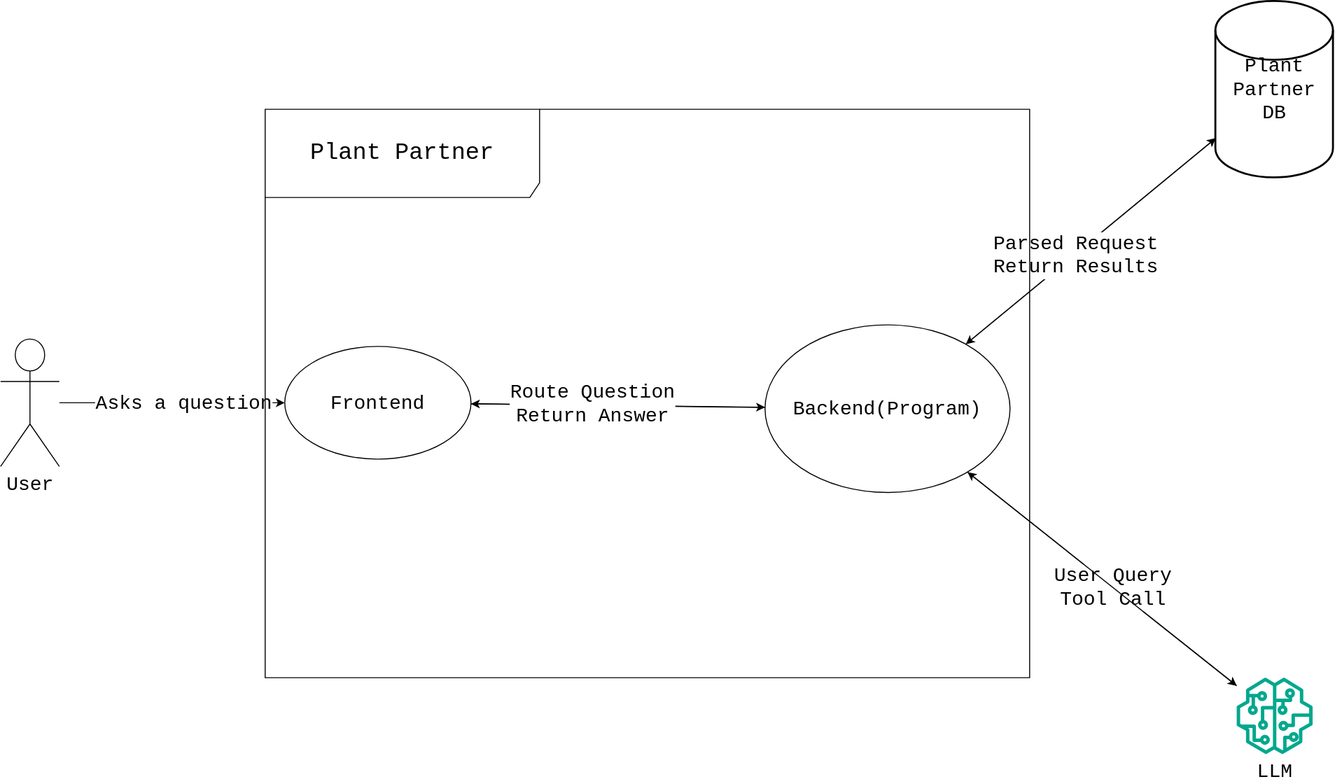
The draw.io diagram docs/UML/UC-001/UC-001_RAG.drawio.svg in actellim/plant-partner, before a commit. Source tidied: cells renumbered, new cells last; positions are measured from the earlier drawing's top-left corner, leaving out a move shared by most shapes.
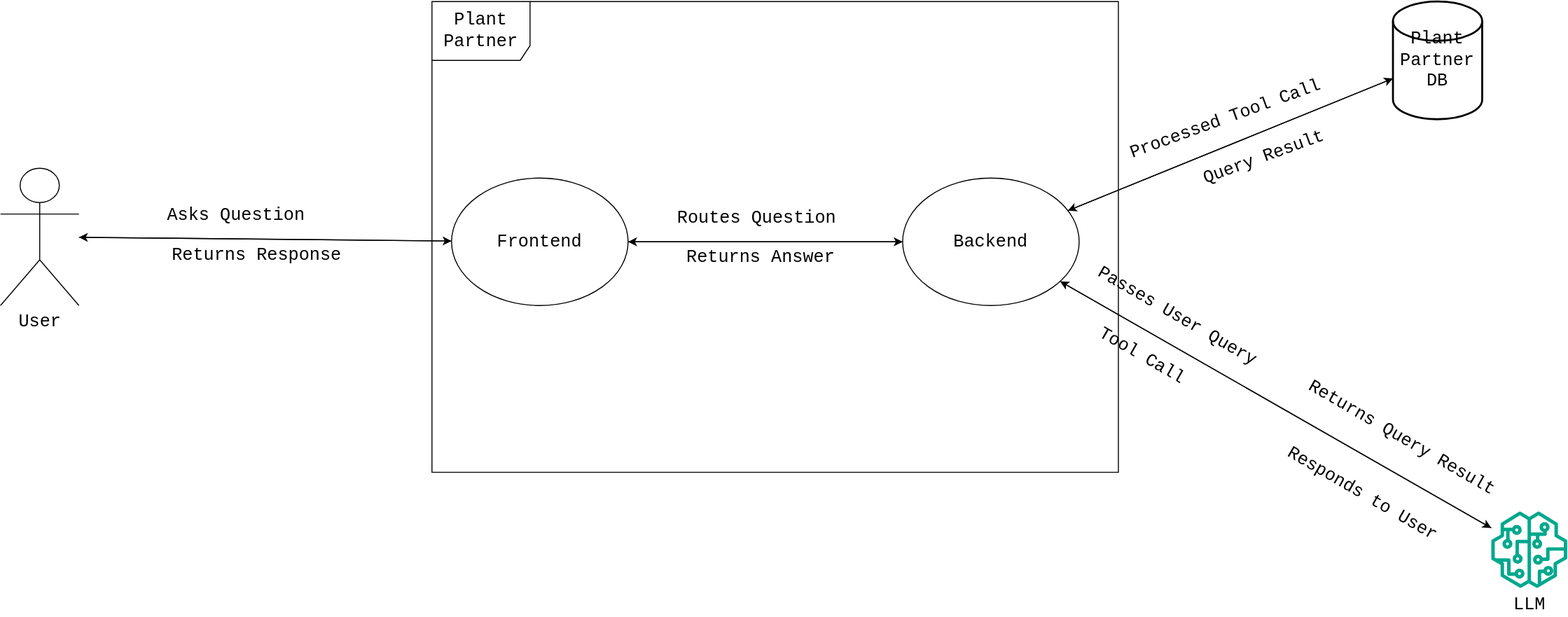
The same file after the commit.

Diff of the diagram source:
```diff
@@ -2,64 +2,97 @@
   <root>
     <mxCell id="0" />
     <mxCell id="1" parent="0" />
-    <mxCell id="2" style="edgeStyle=none;rounded=0;jettySize=auto;html=1;" parent="1" edge="1" source="3" target="11">
-      <mxGeometry relative="1" as="geometry" />
-    </mxCell>
+    <mxCell id="12" style="rounded=0;jettySize=auto;html=1;fontFamily=Courier New;fontSize=18;" parent="1" edge="1" source="14" target="17">
+      <mxGeometry relative="1" as="geometry" />
+    </mxCell>
+    <mxCell id="14" value="User" style="shape=umlActor;verticalLabelPosition=bottom;verticalAlign=top;html=1;outlineConnect=0;fontFamily=Courier New;fontSize=18;" parent="1" vertex="1">
+      <mxGeometry x="150" y="600" width="80" height="140" as="geometry" />
+    </mxCell>
+    <mxCell id="19" style="rounded=0;jettySize=auto;html=1;exitX=1;exitY=0.5;exitDx=0;exitDy=0;entryX=0;entryY=0.5;entryDx=0;entryDy=0;fontFamily=Courier New;fontSize=18;" parent="1" edge="1" source="17" target="28">
+      <mxGeometry relative="1" as="geometry" />
+    </mxCell>
+    <mxCell id="20" style="rounded=0;jettySize=auto;html=1;fontFamily=Courier New;fontSize=18;" parent="1" edge="1" source="17" target="14">
+      <mxGeometry relative="1" as="geometry" />
+    </mxCell>
+    <mxCell id="21" value="Asks Question" style="edgeLabel;html=1;align=center;verticalAlign=middle;fontFamily=Courier New;fontSize=18;" parent="20" vertex="1">
+      <mxGeometry x="0.26" y="3" relative="1" as="geometry">
+        <mxPoint x="19" y="-28" as="offset" />
+      </mxGeometry>
+    </mxCell>
+    <mxCell id="22" value="Returns Response" style="edgeLabel;html=1;align=center;verticalAlign=middle;fontFamily=Courier New;fontSize=18;" parent="20" vertex="1">
+      <mxGeometry x="-0.56" y="3" relative="1" as="geometry">
+        <mxPoint x="-117" y="12" as="offset" />
+      </mxGeometry>
+    </mxCell>
+    <mxCell id="17" value="Frontend" style="ellipse;whiteSpace=wrap;html=1;fontFamily=Courier New;fontSize=18;" parent="1" vertex="1">
+      <mxGeometry x="610" y="610" width="180" height="130" as="geometry" />
+    </mxCell>
+    <mxCell id="23" style="rounded=0;jettySize=auto;html=1;fontFamily=Courier New;fontSize=18;" parent="1" edge="1" source="28" target="3">
+      <mxGeometry relative="1" as="geometry" />
+    </mxCell>
+    <mxCell id="24" style="rounded=0;jettySize=auto;html=1;fontFamily=Courier New;fontSize=18;" parent="1" edge="1" source="28" target="6">
+      <mxGeometry relative="1" as="geometry" />
+    </mxCell>
+    <mxCell id="25" style="rounded=0;jettySize=auto;html=1;fontFamily=Courier New;fontSize=18;" parent="1" edge="1" source="28" target="17">
+      <mxGeometry relative="1" as="geometry" />
+    </mxCell>
+    <mxCell id="26" value="Routes Question" style="edgeLabel;html=1;align=center;verticalAlign=middle;fontFamily=Courier New;fontSize=18;" parent="25" vertex="1">
+      <mxGeometry x="0.07" y="1" relative="1" as="geometry">
+        <mxPoint y="-26" as="offset" />
+      </mxGeometry>
+    </mxCell>
+    <mxCell id="27" value="Returns Answer" style="edgeLabel;html=1;align=center;verticalAlign=middle;fontFamily=Courier New;fontSize=18;" parent="25" vertex="1">
+      <mxGeometry x="-0.07" relative="1" as="geometry">
+        <mxPoint x="-16" y="15" as="offset" />
+      </mxGeometry>
+    </mxCell>
+    <mxCell id="28" value="Backend" style="ellipse;whiteSpace=wrap;html=1;fontFamily=Courier New;fontSize=18;" parent="1" vertex="1">
+      <mxGeometry x="1070" y="610" width="180" height="130" as="geometry" />
+    </mxCell>
+    <mxCell id="29" style="rounded=0;jettySize=auto;html=1;fontFamily=Courier New;fontSize=18;" parent="1" edge="1" source="6" target="28">
+      <mxGeometry relative="1" as="geometry" />
+    </mxCell>
+    <mxCell id="30" value="Passes User Query" style="edgeLabel;html=1;align=center;verticalAlign=middle;rotation=30;fontFamily=Courier New;fontSize=18;" parent="29" vertex="1">
+      <mxGeometry x="0.05" y="-1" relative="1" as="geometry">
+        <mxPoint x="-90" y="-84" as="offset" />
+      </mxGeometry>
+    </mxCell>
+    <mxCell id="31" value="Tool Call" style="edgeLabel;html=1;align=center;verticalAlign=middle;rotation=30;fontFamily=Courier New;fontSize=18;" parent="29" vertex="1">
+      <mxGeometry x="-0.12" y="1" relative="1" as="geometry">
+        <mxPoint x="-163" y="-67" as="offset" />
+      </mxGeometry>
+    </mxCell>
+    <mxCell id="32" value="Returns Query Result" style="edgeLabel;html=1;align=center;verticalAlign=middle;rotation=30;fontFamily=Courier New;fontSize=18;" parent="29" vertex="1">
+      <mxGeometry x="-0.41" y="4" relative="1" as="geometry">
+        <mxPoint x="41" y="-22" as="offset" />
+      </mxGeometry>
+    </mxCell>
+    <mxCell id="33" value="Responds to User" style="edgeLabel;html=1;align=center;verticalAlign=middle;rotation=30;fontFamily=Courier New;fontSize=18;" parent="29" vertex="1">
+      <mxGeometry x="-0.48" y="-1" relative="1" as="geometry">
+        <mxPoint x="-18" y="30" as="offset" />
+      </mxGeometry>
+    </mxCell>
+    <mxCell id="6" value="LLM" style="sketch=0;outlineConnect=0;fontColor=default;gradientColor=none;fillColor=#01A88D;strokeColor=none;dashed=0;verticalLabelPosition=bottom;verticalAlign=top;align=center;html=1;fontSize=18;fontStyle=0;shape=mxgraph.aws4.sagemaker_model;fontFamily=Courier New;" parent="1" vertex="1">
+      <mxGeometry x="1670" y="950" width="78" height="78" as="geometry" />
+    </mxCell>
+    <mxCell id="34" style="rounded=0;jettySize=auto;html=1;fontFamily=Courier New;fontSize=18;" parent="1" edge="1" source="3" target="28">
+      <mxGeometry relative="1" as="geometry" />
+    </mxCell>
+    <mxCell id="35" value="Processed Tool Call" style="edgeLabel;html=1;align=center;verticalAlign=middle;rotation=-20;fontFamily=Courier New;fontSize=18;" parent="34" vertex="1">
+      <mxGeometry x="-0.14" y="-2" relative="1" as="geometry">
+        <mxPoint x="-28" y="-15" as="offset" />
+      </mxGeometry>
+    </mxCell>
+    <mxCell id="36" value="Query Result" style="edgeLabel;html=1;align=center;verticalAlign=middle;rotation=-20;fontFamily=Courier New;fontSize=18;" parent="34" vertex="1">
+      <mxGeometry x="-0.17" relative="1" as="geometry">
+        <mxPoint x="5" y="24" as="offset" />
+      </mxGeometry>
+    </mxCell>
-    <mxCell id="3" value="Plant Partner DB" style="strokeWidth=2;html=1;shape=mxgraph.flowchart.database;whiteSpace=wrap;fontFamily=Courier New;fontSize=20;" parent="1" vertex="1">
-      <mxGeometry x="1240" width="120" height="180" as="geometry" />
+    <mxCell id="3" value="Plant Partner DB" style="strokeWidth=2;html=1;shape=mxgraph.flowchart.database;whiteSpace=wrap;fontFamily=Courier New;fontSize=18;" parent="1" vertex="1">
+      <mxGeometry x="1570" y="430" width="91" height="120" as="geometry" />
     </mxCell>
-    <mxCell id="4" style="rounded=0;jettySize=auto;html=1;fontFamily=Courier New;fontSize=20;" parent="1" edge="1" source="6" target="11">
-      <mxGeometry relative="1" as="geometry" />
-    </mxCell>
-    <mxCell id="5" value="&lt;div&gt;User Query&lt;/div&gt;Tool Call" style="edgeLabel;html=1;align=center;verticalAlign=middle;fontFamily=Courier New;fontSize=20;" parent="4" vertex="1">
-      <mxGeometry x="-0.07" y="-1" relative="1" as="geometry">
-        <mxPoint y="1" as="offset" />
-      </mxGeometry>
-    </mxCell>
-    <mxCell id="6" value="LLM" style="sketch=0;outlineConnect=0;fontColor=default;gradientColor=none;fillColor=#01A88D;strokeColor=none;dashed=0;verticalLabelPosition=bottom;verticalAlign=top;align=center;html=1;fontSize=20;fontStyle=0;shape=mxgraph.aws4.sagemaker_model;fontFamily=Courier New;" parent="1" vertex="1">
-      <mxGeometry x="1261" y="690" width="78" height="78" as="geometry" />
-    </mxCell>
-    <mxCell id="7" style="rounded=0;jettySize=auto;html=1;fontFamily=Courier New;fontSize=20;" parent="1" edge="1" source="11" target="3">
-      <mxGeometry relative="1" as="geometry" />
-    </mxCell>
-    <mxCell id="8" value="Parsed Request&lt;div&gt;Return Results&lt;/div&gt;" style="edgeLabel;html=1;align=center;verticalAlign=middle;fontFamily=Courier New;fontSize=20;" parent="7" vertex="1">
-      <mxGeometry x="-0.12" relative="1" as="geometry">
-        <mxPoint y="1" as="offset" />
-      </mxGeometry>
-    </mxCell>
-    <mxCell id="9" style="edgeStyle=none;rounded=0;jettySize=auto;html=1;" parent="1" edge="1" source="11" target="6">
-      <mxGeometry relative="1" as="geometry" />
-    </mxCell>
-    <mxCell id="10" style="edgeStyle=none;rounded=0;jettySize=auto;html=1;" parent="1" edge="1" source="11" target="17">
-      <mxGeometry relative="1" as="geometry" />
-    </mxCell>
-    <mxCell id="11" value="Backend(Program)" style="ellipse;whiteSpace=wrap;html=1;fontFamily=Courier New;fontSize=20;" parent="1" vertex="1">
-      <mxGeometry x="780" y="330" width="250" height="171" as="geometry" />
-    </mxCell>
-    <mxCell id="12" style="edgeStyle=none;rounded=0;jettySize=auto;html=1;fontFamily=Courier New;fontSize=20;" parent="1" edge="1" source="14" target="17">
-      <mxGeometry relative="1" as="geometry" />
-    </mxCell>
-    <mxCell id="13" value="Asks a question" style="edgeLabel;html=1;align=center;verticalAlign=middle;fontFamily=Courier New;fontSize=20;" parent="12" vertex="1">
-      <mxGeometry x="0.09" y="1" relative="1" as="geometry">
-        <mxPoint y="1" as="offset" />
-      </mxGeometry>
-    </mxCell>
-    <mxCell id="14" value="User" style="shape=umlActor;verticalLabelPosition=bottom;verticalAlign=top;html=1;outlineConnect=0;fontFamily=Courier New;fontSize=20;" parent="1" vertex="1">
-      <mxGeometry y="344.5" width="60" height="130" as="geometry" />
-    </mxCell>
-    <mxCell id="15" style="edgeStyle=none;rounded=0;jettySize=auto;html=1;" parent="1" edge="1" source="17" target="11">
-      <mxGeometry relative="1" as="geometry" />
-    </mxCell>
-    <mxCell id="16" value="&lt;font face=&quot;Courier New&quot; style=&quot;font-size: 20px;&quot;&gt;Route Question&lt;/font&gt;&lt;div&gt;&lt;font face=&quot;Courier New&quot; style=&quot;font-size: 20px;&quot;&gt;Return Answer&lt;/font&gt;&lt;/div&gt;" style="edgeLabel;html=1;align=center;verticalAlign=middle;" parent="15" vertex="1">
-      <mxGeometry x="-0.17" y="1" relative="1" as="geometry">
-        <mxPoint x="-1" as="offset" />
-      </mxGeometry>
-    </mxCell>
-    <mxCell id="17" value="&lt;font face=&quot;Courier New&quot; style=&quot;font-size: 20px;&quot;&gt;Frontend&lt;/font&gt;" style="ellipse;whiteSpace=wrap;html=1;" parent="1" vertex="1">
-      <mxGeometry x="290" y="352" width="190" height="115" as="geometry" />
-    </mxCell>
-    <mxCell id="18" value="&lt;font style=&quot;font-size: 24px;&quot; face=&quot;Courier New&quot;&gt;Plant Partner&lt;/font&gt;" style="shape=umlFrame;whiteSpace=wrap;html=1;width=280;height=90;" parent="1" vertex="1">
-      <mxGeometry x="270" y="110" width="780" height="580" as="geometry" />
+    <mxCell id="18" value="Plant Partner" style="shape=umlFrame;whiteSpace=wrap;html=1;width=100;height=60;fontFamily=Courier New;fontSize=18;" parent="1" vertex="1">
+      <mxGeometry x="590" y="430" width="700" height="480" as="geometry" />
     </mxCell>
   </root>
 </mxGraphModel>
```
